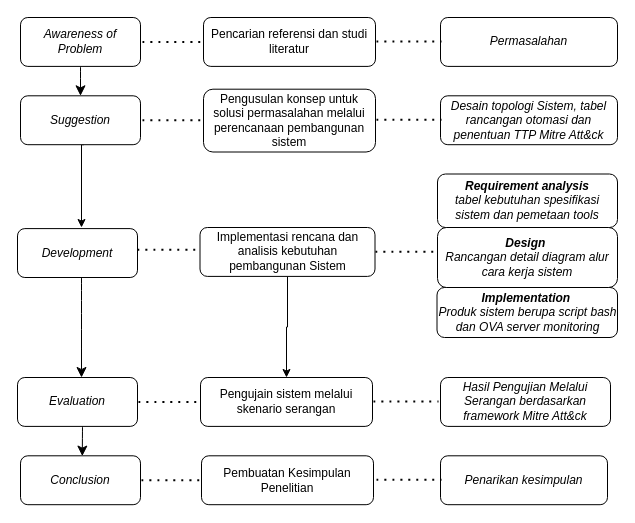
DzidanIsh/Tugas-Akhir keeps this draw.io diagram as page "Halaman-2" (2 of 3) of Diagram Tanpa Judul.drawio. Above is the earlier version. Source tidied: cells renumbered, new cells numbered last; positions are measured from the earlier drawing's top-left corner, leaving out a move shared by most shapes. Both pictures are drawn from the tidied source at 100%, with x=0, y=0 at pixel (17, 17).
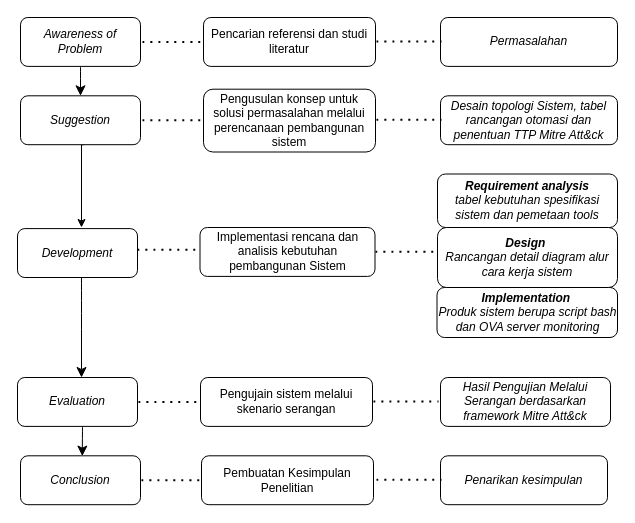
Above is the later version.

The change refers to these unchanged cells:
```xml
<mxCell id="17" value="Implementasi rencana dan analisis kebutuhan pembangunan Sistem" style="rounded=1;whiteSpace=wrap;html=1;" parent="1" vertex="1">
  <mxGeometry x="182.5" y="210" width="175" height="48.9" as="geometry" />
</mxCell>
<mxCell id="19" value="Pengujain sistem melalui skenario serangan" style="rounded=1;whiteSpace=wrap;html=1;" parent="1" vertex="1">
  <mxGeometry x="183" y="360" width="172" height="48.9" as="geometry" />
</mxCell>
```

The edit, as a diff of the source:
```diff
@@
-    <mxCell id="16" style="edgeStyle=orthogonalEdgeStyle;rounded=0;jettySize=auto;html=1;" parent="1" edge="1" source="17" target="19">
-      <mxGeometry relative="1" as="geometry" />
-    </mxCell>
```
